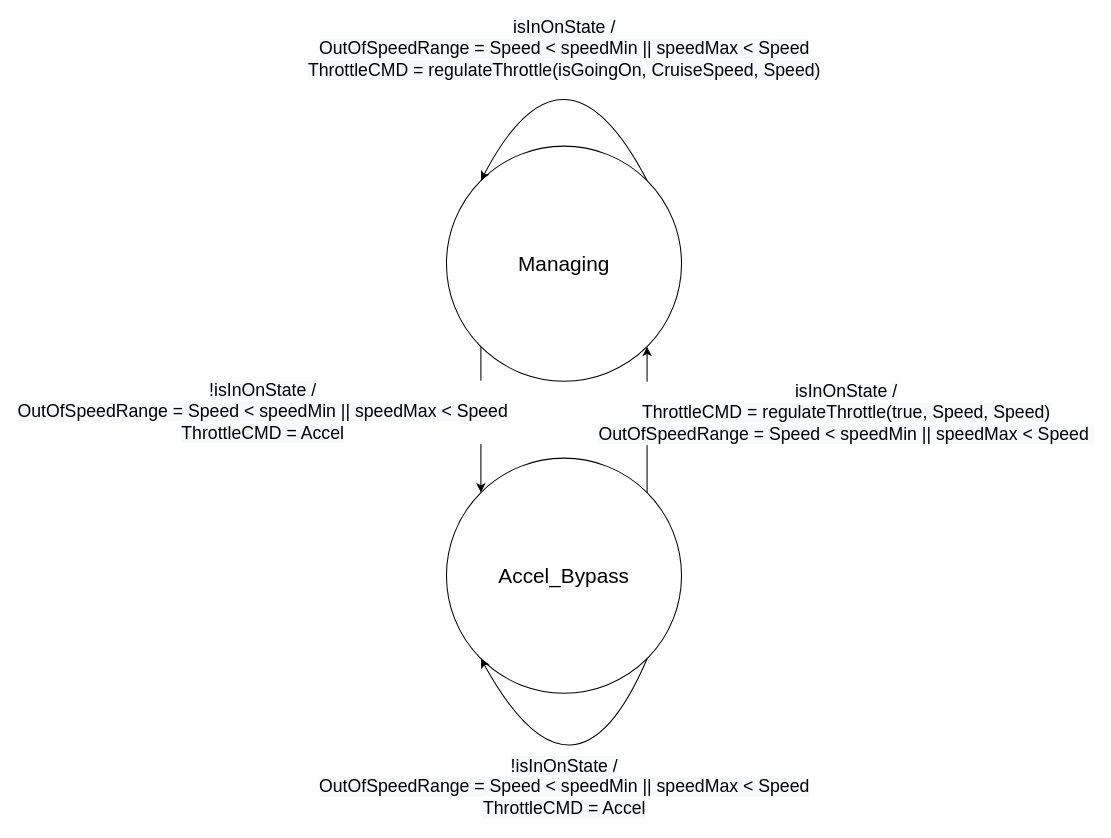
jacoballen4534/Cruise-Controller keeps this draw.io diagram as Diagrams/FSMs/Speed Control_FSM.drawio. Above is the earlier version. Source tidied: cells renumbered, new cells numbered last; positions are measured from the earlier drawing's top-left corner, leaving out a move shared by most shapes. Both pictures are drawn from the tidied source at 104%, with x=0, y=0 at pixel (446, 21).
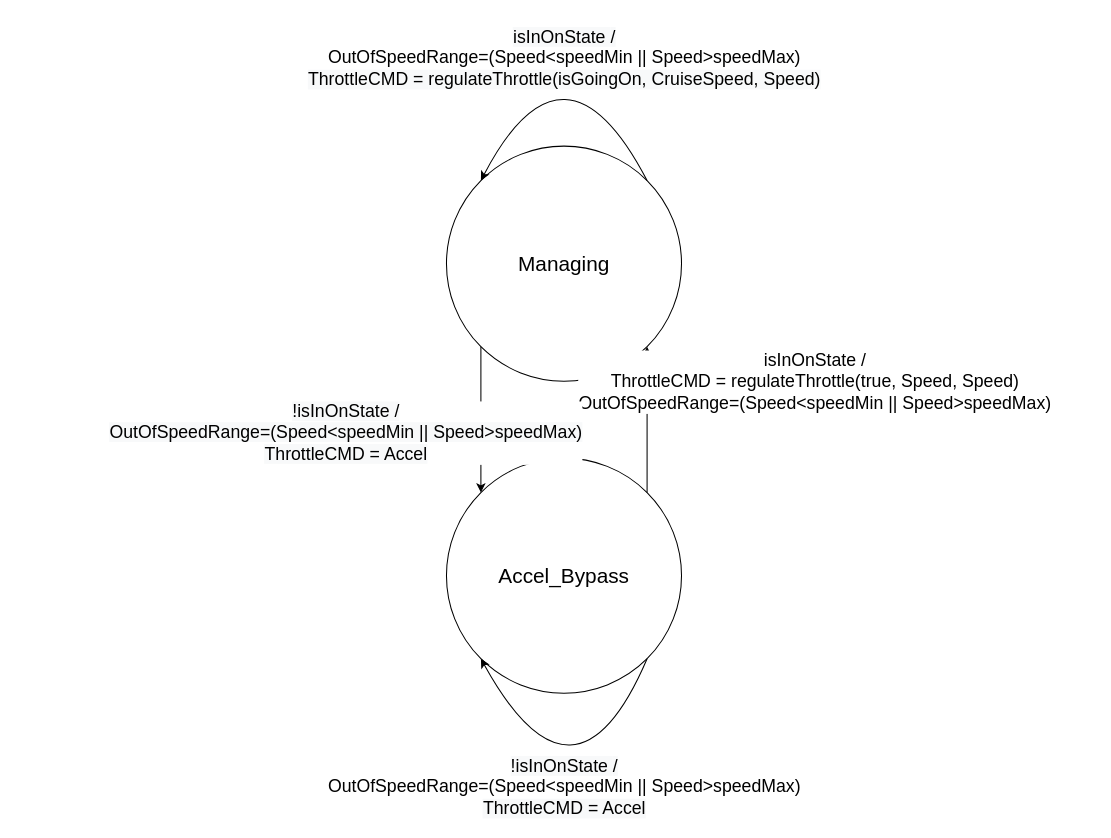
The same page after the edit.

Change to the diagram source:
```diff
@@
 <mxGraphModel>
   <root>
     <mxCell id="0" />
     <mxCell id="1" parent="0" />
     <mxCell id="2" value="&lt;font style=&quot;font-size: 20px&quot;&gt;Managing&lt;/font&gt;" style="ellipse;whiteSpace=wrap;html=1;" parent="1" vertex="1">
       <mxGeometry x="-0.2" y="120" width="226" height="226" as="geometry" />
     </mxCell>
     <mxCell id="3" value="&lt;font style=&quot;font-size: 20px&quot;&gt;Accel_Bypass&lt;br&gt;&lt;/font&gt;" style="ellipse;whiteSpace=wrap;html=1;" parent="1" vertex="1">
       <mxGeometry x="-0.2" y="420" width="226" height="226" as="geometry" />
     </mxCell>
     <mxCell id="4" style="curved=1;endArrow=classic;html=1;entryX=0;entryY=0;entryDx=0;entryDy=0;exitX=1;exitY=0;exitDx=0;exitDy=0;" parent="1" edge="1" source="2" target="2">
       <mxGeometry relative="1" as="geometry">
         <Array as="points">
           <mxPoint x="113" />
         </Array>
       </mxGeometry>
     </mxCell>
-    <mxCell id="5" value="&lt;span style=&quot;font-size: 17px ; background-color: rgb(248 , 249 , 250)&quot;&gt;isInOnState&amp;nbsp;&lt;/span&gt;&lt;span style=&quot;font-size: 17px ; background-color: rgb(248 , 249 , 250)&quot;&gt;/&lt;br&gt;&lt;/span&gt;&lt;span style=&quot;font-size: 17px ; background-color: rgb(248 , 249 , 250)&quot;&gt;OutOfSpeedRange = Speed &amp;lt; speedMin || speedMax &amp;lt; S&lt;/span&gt;&lt;span style=&quot;font-size: 17px ; background-color: rgb(248 , 249 , 250)&quot;&gt;peed&lt;br&gt;&lt;/span&gt;&lt;span style=&quot;font-family: &amp;#34;helvetica&amp;#34; ; font-size: 17px ; background-color: rgb(248 , 249 , 250)&quot;&gt;ThrottleCMD =&amp;nbsp;&lt;/span&gt;&lt;span style=&quot;font-family: &amp;#34;helvetica&amp;#34; ; font-size: 17px ; background-color: rgb(248 , 249 , 250)&quot;&gt;regulateThrottle(isGoingOn, CruiseSpeed, Speed)&lt;/span&gt;&lt;span style=&quot;font-size: 17px ; background-color: rgb(248 , 249 , 250)&quot;&gt;&lt;br&gt;&lt;/span&gt;" style="edgeLabel;html=1;align=center;verticalAlign=middle;" parent="4" vertex="1">
+    <mxCell id="5" value="&lt;span style=&quot;font-size: 17px ; background-color: rgb(248 , 249 , 250)&quot;&gt;isInOnState&amp;nbsp;&lt;/span&gt;&lt;span style=&quot;font-size: 17px ; background-color: rgb(248 , 249 , 250)&quot;&gt;/&lt;br&gt;&lt;/span&gt;&lt;span style=&quot;font-size: 17px&quot;&gt;OutOfSpeedRange=(Speed&amp;lt;speedMin || S&lt;/span&gt;&lt;span style=&quot;font-size: 17px&quot;&gt;peed&amp;gt;speedMax)&lt;/span&gt;&lt;span style=&quot;font-size: 17px ; background-color: rgb(248 , 249 , 250)&quot;&gt;&lt;br&gt;&lt;/span&gt;&lt;span style=&quot;font-family: &amp;#34;helvetica&amp;#34; ; font-size: 17px ; background-color: rgb(248 , 249 , 250)&quot;&gt;ThrottleCMD =&amp;nbsp;&lt;/span&gt;&lt;span style=&quot;font-family: &amp;#34;helvetica&amp;#34; ; font-size: 17px ; background-color: rgb(248 , 249 , 250)&quot;&gt;regulateThrottle(isGoingOn, CruiseSpeed, Speed)&lt;/span&gt;&lt;span style=&quot;font-size: 17px ; background-color: rgb(248 , 249 , 250)&quot;&gt;&lt;br&gt;&lt;/span&gt;" style="edgeLabel;html=1;align=center;verticalAlign=middle;" parent="4" vertex="1">
       <mxGeometry x="-0.43" y="30" relative="1" as="geometry">
-        <mxPoint x="-8" y="-54" as="offset" />
+        <mxPoint x="-8.2" y="-44.3" as="offset" />
       </mxGeometry>
     </mxCell>
     <mxCell id="6" style="endArrow=classic;html=1;exitX=1;exitY=0;exitDx=0;exitDy=0;entryX=1;entryY=1;entryDx=0;entryDy=0;" parent="1" edge="1" source="3" target="2">
       <mxGeometry relative="1" as="geometry" />
     </mxCell>
-    <mxCell id="7" value="&lt;span style=&quot;background-color: rgb(248 , 249 , 250)&quot;&gt;&lt;font style=&quot;font-size: 17px&quot;&gt;isInOnState&amp;nbsp;&lt;/font&gt;&lt;/span&gt;&lt;span style=&quot;font-size: 17px ; background-color: rgb(248 , 249 , 250)&quot;&gt;/&lt;br&gt;&lt;/span&gt;&lt;span style=&quot;font-size: 17px ; background-color: rgb(248 , 249 , 250)&quot;&gt;ThrottleCMD = &lt;/span&gt;&lt;span style=&quot;font-size: 17px ; background-color: rgb(248 , 249 , 250)&quot;&gt;regulateThrottle(true, Speed, Speed)&lt;br&gt;OutOfSpeedRange = Speed &amp;lt; speedMin || speedMax &amp;lt; S&lt;/span&gt;&lt;span style=&quot;font-size: 17px ; background-color: rgb(248 , 249 , 250)&quot;&gt;peed&amp;nbsp;&lt;/span&gt;&lt;span style=&quot;font-size: 17px ; background-color: rgb(248 , 249 , 250)&quot;&gt;&lt;br&gt;&lt;/span&gt;" style="edgeLabel;html=1;align=center;verticalAlign=middle;" parent="6" vertex="1">
+    <mxCell id="7" value="&lt;span style=&quot;background-color: rgb(255 , 255 , 255)&quot;&gt;&lt;font style=&quot;font-size: 17px&quot;&gt;isInOnState&amp;nbsp;&lt;/font&gt;&lt;span style=&quot;font-size: 17px&quot;&gt;/&lt;br&gt;&lt;/span&gt;&lt;span style=&quot;font-size: 17px&quot;&gt;ThrottleCMD = &lt;/span&gt;&lt;span style=&quot;font-size: 17px&quot;&gt;regulateThrottle(true, Speed, Speed)&lt;br&gt;&lt;/span&gt;&lt;span style=&quot;font-size: 17px&quot;&gt;OutOfSpeedRange=(Speed&amp;lt;speedMin || S&lt;/span&gt;&lt;span style=&quot;font-size: 17px&quot;&gt;peed&amp;gt;speedMax)&lt;/span&gt;&lt;/span&gt;&lt;span style=&quot;font-size: 17px ; background-color: rgb(248 , 249 , 250)&quot;&gt;&lt;br&gt;&lt;/span&gt;" style="edgeLabel;html=1;align=center;verticalAlign=middle;" parent="6" vertex="1">
       <mxGeometry x="-0.18" y="6" relative="1" as="geometry">
-        <mxPoint x="196.3" y="-19.2" as="offset" />
+        <mxPoint x="166.3" y="-49.1" as="offset" />
       </mxGeometry>
     </mxCell>
     <mxCell id="8" style="curved=1;endArrow=classic;html=1;exitX=1;exitY=1;exitDx=0;exitDy=0;entryX=0;entryY=1;entryDx=0;entryDy=0;" parent="1" edge="1" source="3" target="3">
       <mxGeometry relative="1" as="geometry">
         <Array as="points">
           <mxPoint x="123" y="776" />
         </Array>
       </mxGeometry>
     </mxCell>
-    <mxCell id="9" value="&lt;span style=&quot;font-family: &amp;#34;helvetica&amp;#34; ; font-size: 17px ; background-color: rgb(248 , 249 , 250)&quot;&gt;!&lt;/span&gt;&lt;span style=&quot;font-size: 17px ; background-color: rgb(248 , 249 , 250)&quot;&gt;isInOnState&amp;nbsp;&lt;/span&gt;&lt;span style=&quot;font-family: &amp;#34;helvetica&amp;#34; ; font-size: 17px ; background-color: rgb(248 , 249 , 250)&quot;&gt;/ &lt;br&gt;&lt;/span&gt;&lt;span style=&quot;font-size: 17px ; background-color: rgb(248 , 249 , 250)&quot;&gt;OutOfSpeedRange = Speed &amp;lt; speedMin || speedMax &amp;lt; S&lt;/span&gt;&lt;span style=&quot;font-size: 17px ; background-color: rgb(248 , 249 , 250)&quot;&gt;peed&lt;br&gt;&lt;/span&gt;&lt;span style=&quot;font-size: 17px ; background-color: rgb(248 , 249 , 250)&quot;&gt;ThrottleCMD = Accel&lt;/span&gt;" style="edgeLabel;html=1;align=center;verticalAlign=middle;" parent="8" vertex="1">
+    <mxCell id="9" value="&lt;span style=&quot;font-family: &amp;#34;helvetica&amp;#34; ; font-size: 17px ; background-color: rgb(248 , 249 , 250)&quot;&gt;!&lt;/span&gt;&lt;span style=&quot;font-size: 17px ; background-color: rgb(248 , 249 , 250)&quot;&gt;isInOnState&amp;nbsp;&lt;/span&gt;&lt;span style=&quot;font-family: &amp;#34;helvetica&amp;#34; ; font-size: 17px ; background-color: rgb(248 , 249 , 250)&quot;&gt;/ &lt;br&gt;&lt;/span&gt;&lt;span style=&quot;font-size: 17px&quot;&gt;OutOfSpeedRange=(Speed&amp;lt;speedMin || S&lt;/span&gt;&lt;span style=&quot;font-size: 17px&quot;&gt;peed&amp;gt;speedMax)&lt;/span&gt;&lt;span style=&quot;font-size: 17px ; background-color: rgb(248 , 249 , 250)&quot;&gt;&lt;br&gt;&lt;/span&gt;&lt;span style=&quot;font-size: 17px ; background-color: rgb(248 , 249 , 250)&quot;&gt;ThrottleCMD = Accel&lt;/span&gt;" style="edgeLabel;html=1;align=center;verticalAlign=middle;" parent="8" vertex="1">
       <mxGeometry x="-0.49" y="-16" relative="1" as="geometry">
         <mxPoint x="-29" y="44.8" as="offset" />
       </mxGeometry>
     </mxCell>
     <mxCell id="10" style="endArrow=classic;html=1;entryX=0;entryY=0;entryDx=0;entryDy=0;exitX=0;exitY=1;exitDx=0;exitDy=0;" parent="1" edge="1" source="2" target="3">
       <mxGeometry relative="1" as="geometry" />
     </mxCell>
-    <mxCell id="11" value="&lt;font style=&quot;font-size: 17px&quot;&gt;&lt;span style=&quot;background-color: rgb(248 , 249 , 250)&quot;&gt;!isInOnState&amp;nbsp;&lt;/span&gt;&lt;span style=&quot;background-color: rgb(248 , 249 , 250)&quot;&gt;&lt;font face=&quot;helvetica&quot; style=&quot;font-size: 17px&quot;&gt;/&lt;br&gt;&lt;/font&gt;&lt;/span&gt;&lt;span style=&quot;background-color: rgb(248 , 249 , 250)&quot;&gt;OutOfSpeedRange = Speed &amp;lt; speedMin || speedMax &amp;lt; S&lt;/span&gt;&lt;span style=&quot;background-color: rgb(248 , 249 , 250)&quot;&gt;peed&lt;br&gt;&lt;/span&gt;&lt;span style=&quot;background-color: rgb(248 , 249 , 250)&quot;&gt;ThrottleCMD = Accel&lt;/span&gt;&lt;/font&gt;&lt;span style=&quot;font-size: 17px ; background-color: rgb(248 , 249 , 250)&quot;&gt;&lt;br&gt;&lt;/span&gt;" style="edgeLabel;html=1;align=center;verticalAlign=middle;" parent="10" vertex="1">
+    <mxCell id="11" value="&lt;font style=&quot;font-size: 17px&quot;&gt;&lt;span style=&quot;background-color: rgb(248 , 249 , 250)&quot;&gt;!isInOnState&amp;nbsp;&lt;/span&gt;&lt;span style=&quot;background-color: rgb(248 , 249 , 250)&quot;&gt;&lt;font face=&quot;helvetica&quot; style=&quot;font-size: 17px&quot;&gt;/&lt;br&gt;&lt;/font&gt;&lt;/span&gt;&lt;span style=&quot;background-color: rgb(248 , 249 , 250)&quot;&gt;OutOfSpeedRange=(Speed&amp;lt;speedMin || S&lt;/span&gt;&lt;span style=&quot;background-color: rgb(248 , 249 , 250)&quot;&gt;peed&amp;gt;speedMax)&lt;br&gt;&lt;/span&gt;&lt;span style=&quot;background-color: rgb(248 , 249 , 250)&quot;&gt;ThrottleCMD = Accel&lt;/span&gt;&lt;/font&gt;&lt;span style=&quot;font-size: 17px ; background-color: rgb(248 , 249 , 250)&quot;&gt;&lt;br&gt;&lt;/span&gt;" style="edgeLabel;html=1;align=center;verticalAlign=middle;" parent="10" vertex="1">
       <mxGeometry x="0.26" y="1" relative="1" as="geometry">
-        <mxPoint x="-210.9" y="-25.2" as="offset" />
+        <mxPoint x="-130.9" y="-5.9" as="offset" />
       </mxGeometry>
     </mxCell>
   </root>
 </mxGraphModel>
```
